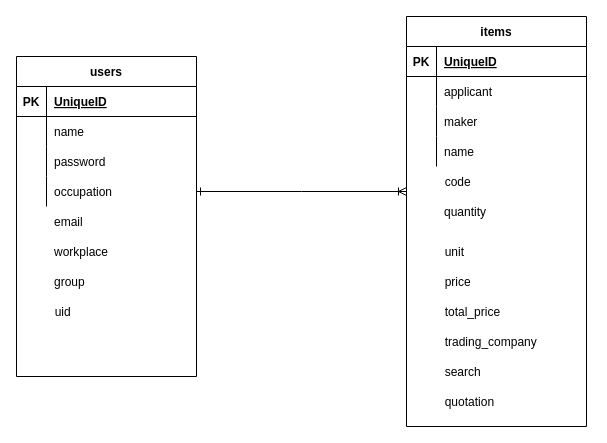
Before: ER.dio in d-cho623/ponyosky, a draw.io diagram. Source tidied: cells renumbered, new cells numbered last; positions are measured from the earlier drawing's top-left corner, leaving out a move shared by most shapes. Both pictures are drawn from the tidied source at 100%, with x=0, y=0 at pixel (16, 16).
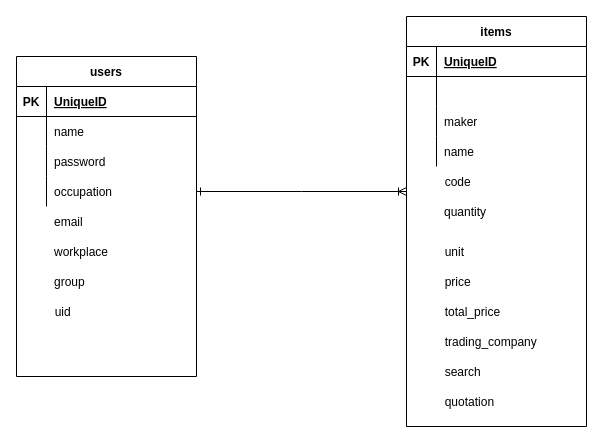
After the change.

Unchanged cells that the change refers to:
```xml
<mxCell id="6" style="shape=partialRectangle;fillColor=none;top=0;left=0;bottom=0;right=0;" parent="2" vertex="1">
  <mxGeometry y="60" width="180" height="30" as="geometry" />
</mxCell>
```

Change to the diagram source:
```diff
@@
-    <mxCell id="8" value="applicant" style="shape=partialRectangle;fillColor=none;top=0;left=0;bottom=0;right=0;align=left;spacingLeft=6;overflow=hidden;" parent="6" vertex="1">
+    <mxCell id="8" style="shape=partialRectangle;fillColor=none;top=0;left=0;bottom=0;right=0;align=left;spacingLeft=6;overflow=hidden;" parent="6" vertex="1">
       <mxGeometry x="30" width="150" height="30" as="geometry" />
     </mxCell>
```
